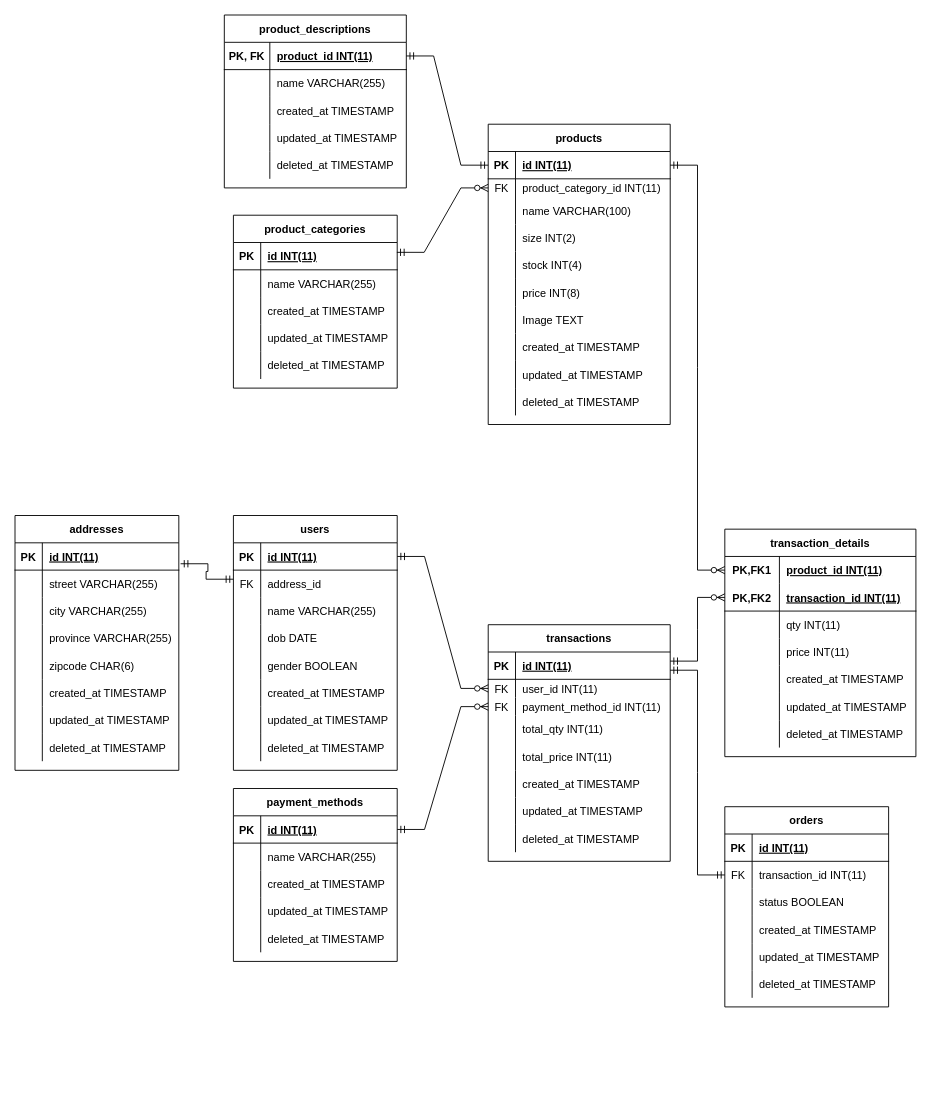
Before: ERD/ERD Olshop.drawio in e-commerce-group-1/BE, a draw.io diagram. Source tidied: cells renumbered, new cells numbered last; positions are measured from the earlier drawing's top-left corner, leaving out a move shared by most shapes. Both pictures are drawn from the tidied source at 91%, with x=0, y=0 at pixel (15, 15).
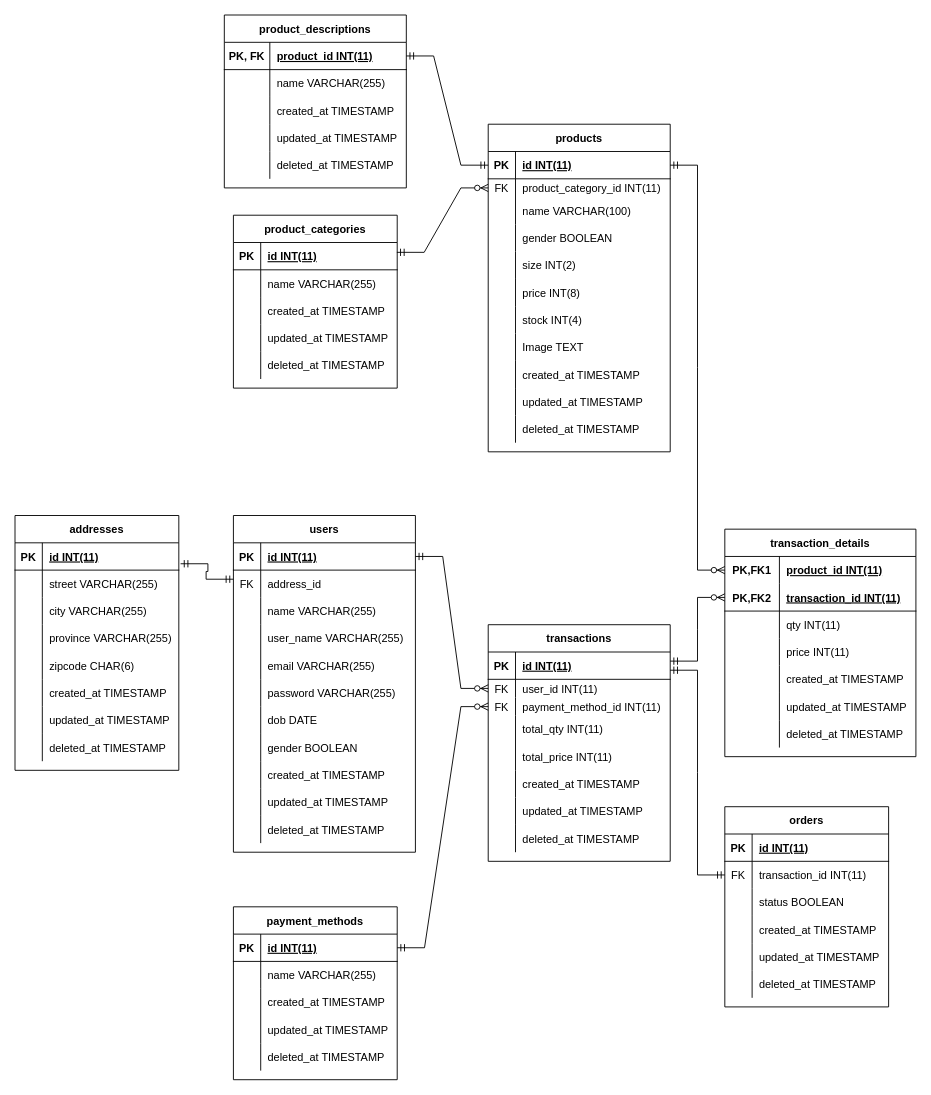
The same page after the edit.

Commit message:
add gender to product table

Diff of the diagram source:
```diff
@@
     <mxCell id="2" value="users" style="shape=table;startSize=30;childLayout=tableLayout;rowLines=0;fontStyle=1;align=center;" parent="1" vertex="1">
-      <mxGeometry x="240" y="550" width="180" height="280" as="geometry" />
+      <mxGeometry x="240" y="550" width="200" height="370" as="geometry" />
     </mxCell>
     <mxCell id="3" style="shape=tableRow;horizontal=0;startSize=0;swimlaneHead=0;swimlaneBody=0;fillColor=none;points=[[0,0.5],[1,0.5]];portConstraint=eastwest;top=0;left=0;right=0;bottom=1;" parent="2" vertex="1">
-      <mxGeometry y="30" width="180" height="30" as="geometry" />
+      <mxGeometry y="30" width="200" height="30" as="geometry" />
     </mxCell>
@@
     <mxCell id="5" value="id INT(11)" style="shape=partialRectangle;fillColor=none;top=0;left=0;bottom=0;right=0;align=left;spacingLeft=6;fontStyle=5;overflow=hidden;" parent="3" vertex="1">
-      <mxGeometry x="30" width="150" height="30" as="geometry" />
+      <mxGeometry x="30" width="170" height="30" as="geometry" />
     </mxCell>
     <mxCell id="6" style="shape=tableRow;horizontal=0;startSize=0;swimlaneHead=0;swimlaneBody=0;fillColor=none;top=0;left=0;right=0;bottom=0;" parent="2" vertex="1">
-      <mxGeometry y="60" width="180" height="30" as="geometry" />
+      <mxGeometry y="60" width="200" height="30" as="geometry" />
     </mxCell>
@@
     <mxCell id="8" value="address_id" style="shape=partialRectangle;fillColor=none;top=0;left=0;bottom=0;right=0;align=left;spacingLeft=6;overflow=hidden;" parent="6" vertex="1">
-      <mxGeometry x="30" width="150" height="30" as="geometry" />
+      <mxGeometry x="30" width="170" height="30" as="geometry" />
     </mxCell>
     <mxCell id="9" style="shape=tableRow;horizontal=0;startSize=0;swimlaneHead=0;swimlaneBody=0;fillColor=none;top=0;left=0;right=0;bottom=0;" parent="2" vertex="1">
-      <mxGeometry y="90" width="180" height="30" as="geometry" />
+      <mxGeometry y="90" width="200" height="30" as="geometry" />
     </mxCell>
@@
     <mxCell id="11" value="name VARCHAR(255)" style="shape=partialRectangle;fillColor=none;top=0;left=0;bottom=0;right=0;align=left;spacingLeft=6;overflow=hidden;" parent="9" vertex="1">
-      <mxGeometry x="30" width="150" height="30" as="geometry" />
+      <mxGeometry x="30" width="170" height="30" as="geometry" />
     </mxCell>
+    <mxCell id="205" style="shape=tableRow;horizontal=0;startSize=0;swimlaneHead=0;swimlaneBody=0;fillColor=none;top=0;left=0;right=0;bottom=0;" parent="2" vertex="1">
+      <mxGeometry y="120" width="200" height="30" as="geometry" />
+    </mxCell>
+    <mxCell id="206" style="shape=partialRectangle;fillColor=none;top=0;left=0;bottom=0;right=0;overflow=hidden;" parent="205" vertex="1">
+      <mxGeometry width="30" height="30" as="geometry" />
+    </mxCell>
+    <mxCell id="207" value="user_name VARCHAR(255)" style="shape=partialRectangle;fillColor=none;top=0;left=0;bottom=0;right=0;align=left;spacingLeft=6;overflow=hidden;" parent="205" vertex="1">
+      <mxGeometry x="30" width="170" height="30" as="geometry" />
+    </mxCell>
+    <mxCell id="208" style="shape=tableRow;horizontal=0;startSize=0;swimlaneHead=0;swimlaneBody=0;fillColor=none;top=0;left=0;right=0;bottom=0;" parent="2" vertex="1">
+      <mxGeometry y="150" width="200" height="30" as="geometry" />
+    </mxCell>
+    <mxCell id="209" style="shape=partialRectangle;fillColor=none;top=0;left=0;bottom=0;right=0;overflow=hidden;" parent="208" vertex="1">
+      <mxGeometry width="30" height="30" as="geometry" />
+    </mxCell>
+    <mxCell id="210" value="email VARCHAR(255)" style="shape=partialRectangle;fillColor=none;top=0;left=0;bottom=0;right=0;align=left;spacingLeft=6;overflow=hidden;" parent="208" vertex="1">
+      <mxGeometry x="30" width="170" height="30" as="geometry" />
+    </mxCell>
+    <mxCell id="211" style="shape=tableRow;horizontal=0;startSize=0;swimlaneHead=0;swimlaneBody=0;fillColor=none;top=0;left=0;right=0;bottom=0;" parent="2" vertex="1">
+      <mxGeometry y="180" width="200" height="30" as="geometry" />
+    </mxCell>
+    <mxCell id="212" style="shape=partialRectangle;fillColor=none;top=0;left=0;bottom=0;right=0;overflow=hidden;" parent="211" vertex="1">
+      <mxGeometry width="30" height="30" as="geometry" />
+    </mxCell>
+    <mxCell id="213" value="password VARCHAR(255)" style="shape=partialRectangle;fillColor=none;top=0;left=0;bottom=0;right=0;align=left;spacingLeft=6;overflow=hidden;" parent="211" vertex="1">
+      <mxGeometry x="30" width="170" height="30" as="geometry" />
+    </mxCell>
     <mxCell id="12" style="shape=tableRow;horizontal=0;startSize=0;swimlaneHead=0;swimlaneBody=0;fillColor=none;top=0;left=0;right=0;bottom=0;" parent="2" vertex="1">
-      <mxGeometry y="120" width="180" height="30" as="geometry" />
+      <mxGeometry y="210" width="200" height="30" as="geometry" />
     </mxCell>
@@
     <mxCell id="14" value="dob DATE" style="shape=partialRectangle;fillColor=none;top=0;left=0;bottom=0;right=0;align=left;spacingLeft=6;overflow=hidden;" parent="12" vertex="1">
-      <mxGeometry x="30" width="150" height="30" as="geometry" />
+      <mxGeometry x="30" width="170" height="30" as="geometry" />
     </mxCell>
     <mxCell id="15" style="shape=tableRow;horizontal=0;startSize=0;swimlaneHead=0;swimlaneBody=0;fillColor=none;top=0;left=0;right=0;bottom=0;" parent="2" vertex="1">
-      <mxGeometry y="150" width="180" height="30" as="geometry" />
+      <mxGeometry y="240" width="200" height="30" as="geometry" />
     </mxCell>
@@
     <mxCell id="17" value="gender BOOLEAN" style="shape=partialRectangle;fillColor=none;top=0;left=0;bottom=0;right=0;align=left;spacingLeft=6;overflow=hidden;" parent="15" vertex="1">
-      <mxGeometry x="30" width="150" height="30" as="geometry" />
+      <mxGeometry x="30" width="170" height="30" as="geometry" />
     </mxCell>
     <mxCell id="18" style="shape=tableRow;horizontal=0;startSize=0;swimlaneHead=0;swimlaneBody=0;fillColor=none;top=0;left=0;right=0;bottom=0;" parent="2" vertex="1">
-      <mxGeometry y="180" width="180" height="30" as="geometry" />
+      <mxGeometry y="270" width="200" height="30" as="geometry" />
     </mxCell>
@@
     <mxCell id="20" value="created_at TIMESTAMP" style="shape=partialRectangle;fillColor=none;top=0;left=0;bottom=0;right=0;align=left;spacingLeft=6;overflow=hidden;" parent="18" vertex="1">
-      <mxGeometry x="30" width="150" height="30" as="geometry" />
+      <mxGeometry x="30" width="170" height="30" as="geometry" />
     </mxCell>
     <mxCell id="21" style="shape=tableRow;horizontal=0;startSize=0;swimlaneHead=0;swimlaneBody=0;fillColor=none;top=0;left=0;right=0;bottom=0;" parent="2" vertex="1">
-      <mxGeometry y="210" width="180" height="30" as="geometry" />
+      <mxGeometry y="300" width="200" height="30" as="geometry" />
     </mxCell>
@@
     <mxCell id="23" value="updated_at TIMESTAMP" style="shape=partialRectangle;fillColor=none;top=0;left=0;bottom=0;right=0;align=left;spacingLeft=6;overflow=hidden;" parent="21" vertex="1">
-      <mxGeometry x="30" width="150" height="30" as="geometry" />
+      <mxGeometry x="30" width="170" height="30" as="geometry" />
     </mxCell>
     <mxCell id="24" style="shape=tableRow;horizontal=0;startSize=0;swimlaneHead=0;swimlaneBody=0;fillColor=none;top=0;left=0;right=0;bottom=0;" parent="2" vertex="1">
-      <mxGeometry y="240" width="180" height="30" as="geometry" />
+      <mxGeometry y="330" width="200" height="30" as="geometry" />
     </mxCell>
@@
     <mxCell id="26" value="deleted_at TIMESTAMP" style="shape=partialRectangle;fillColor=none;top=0;left=0;bottom=0;right=0;align=left;spacingLeft=6;overflow=hidden;" parent="24" vertex="1">
-      <mxGeometry x="30" width="150" height="30" as="geometry" />
+      <mxGeometry x="30" width="170" height="30" as="geometry" />
     </mxCell>
     <mxCell id="27" value="products" style="shape=table;startSize=30;childLayout=tableLayout;rowLines=0;fontStyle=1;align=center;" parent="1" vertex="1">
-      <mxGeometry x="520" y="120" width="200" height="330" as="geometry" />
+      <mxGeometry x="520" y="120" width="200" height="360" as="geometry" />
     </mxCell>
@@
+    <mxCell id="214" style="shape=tableRow;horizontal=0;startSize=0;swimlaneHead=0;swimlaneBody=0;fillColor=none;top=0;left=0;right=0;bottom=0;" parent="27" vertex="1">
+      <mxGeometry y="110" width="200" height="30" as="geometry" />
+    </mxCell>
+    <mxCell id="215" style="shape=partialRectangle;fillColor=none;top=0;left=0;bottom=0;right=0;overflow=hidden;" parent="214" vertex="1">
+      <mxGeometry width="30" height="30" as="geometry" />
+    </mxCell>
+    <mxCell id="216" value="gender BOOLEAN" style="shape=partialRectangle;fillColor=none;top=0;left=0;bottom=0;right=0;align=left;spacingLeft=6;overflow=hidden;" parent="214" vertex="1">
+      <mxGeometry x="30" width="170" height="30" as="geometry" />
+    </mxCell>
     <mxCell id="37" style="shape=tableRow;horizontal=0;startSize=0;swimlaneHead=0;swimlaneBody=0;fillColor=none;top=0;left=0;right=0;bottom=0;" parent="27" vertex="1">
-      <mxGeometry y="110" width="200" height="30" as="geometry" />
+      <mxGeometry y="140" width="200" height="30" as="geometry" />
     </mxCell>
@@
+    <mxCell id="43" style="shape=tableRow;horizontal=0;startSize=0;swimlaneHead=0;swimlaneBody=0;fillColor=none;top=0;left=0;right=0;bottom=0;" parent="27" vertex="1">
+      <mxGeometry y="170" width="200" height="30" as="geometry" />
+    </mxCell>
+    <mxCell id="44" style="shape=partialRectangle;fillColor=none;top=0;left=0;bottom=0;right=0;overflow=hidden;" parent="43" vertex="1">
+      <mxGeometry width="30" height="30" as="geometry" />
+    </mxCell>
+    <mxCell id="45" value="price INT(8)" style="shape=partialRectangle;fillColor=none;top=0;left=0;bottom=0;right=0;align=left;spacingLeft=6;overflow=hidden;" parent="43" vertex="1">
+      <mxGeometry x="30" width="170" height="30" as="geometry" />
+    </mxCell>
     <mxCell id="40" style="shape=tableRow;horizontal=0;startSize=0;swimlaneHead=0;swimlaneBody=0;fillColor=none;top=0;left=0;right=0;bottom=0;" parent="27" vertex="1">
-      <mxGeometry y="140" width="200" height="30" as="geometry" />
+      <mxGeometry y="200" width="200" height="30" as="geometry" />
     </mxCell>
@@
-    <mxCell id="43" style="shape=tableRow;horizontal=0;startSize=0;swimlaneHead=0;swimlaneBody=0;fillColor=none;top=0;left=0;right=0;bottom=0;" parent="27" vertex="1">
-      <mxGeometry y="170" width="200" height="30" as="geometry" />
-    </mxCell>
-    <mxCell id="44" style="shape=partialRectangle;fillColor=none;top=0;left=0;bottom=0;right=0;overflow=hidden;" parent="43" vertex="1">
-      <mxGeometry width="30" height="30" as="geometry" />
-    </mxCell>
-    <mxCell id="45" value="price INT(8)" style="shape=partialRectangle;fillColor=none;top=0;left=0;bottom=0;right=0;align=left;spacingLeft=6;overflow=hidden;" parent="43" vertex="1">
-      <mxGeometry x="30" width="170" height="30" as="geometry" />
-    </mxCell>
     <mxCell id="46" style="shape=tableRow;horizontal=0;startSize=0;swimlaneHead=0;swimlaneBody=0;fillColor=none;top=0;left=0;right=0;bottom=0;" parent="27" vertex="1">
-      <mxGeometry y="200" width="200" height="30" as="geometry" />
+      <mxGeometry y="230" width="200" height="30" as="geometry" />
     </mxCell>
@@
     <mxCell id="49" style="shape=tableRow;horizontal=0;startSize=0;swimlaneHead=0;swimlaneBody=0;fillColor=none;top=0;left=0;right=0;bottom=0;" parent="27" vertex="1">
-      <mxGeometry y="230" width="200" height="30" as="geometry" />
+      <mxGeometry y="260" width="200" height="30" as="geometry" />
     </mxCell>
@@
     <mxCell id="52" style="shape=tableRow;horizontal=0;startSize=0;swimlaneHead=0;swimlaneBody=0;fillColor=none;top=0;left=0;right=0;bottom=0;" parent="27" vertex="1">
-      <mxGeometry y="260" width="200" height="30" as="geometry" />
+      <mxGeometry y="290" width="200" height="30" as="geometry" />
     </mxCell>
@@
     <mxCell id="55" style="shape=tableRow;horizontal=0;startSize=0;swimlaneHead=0;swimlaneBody=0;fillColor=none;top=0;left=0;right=0;bottom=0;" parent="27" vertex="1">
-      <mxGeometry y="290" width="200" height="30" as="geometry" />
+      <mxGeometry y="320" width="200" height="30" as="geometry" />
     </mxCell>
@@
     <mxCell id="90" value="payment_methods" style="shape=table;startSize=30;childLayout=tableLayout;rowLines=0;fontStyle=1;align=center;" parent="1" vertex="1">
-      <mxGeometry x="240" y="850" width="180" height="190" as="geometry" />
+      <mxGeometry x="240" y="980" width="180" height="190" as="geometry" />
     </mxCell>
```
